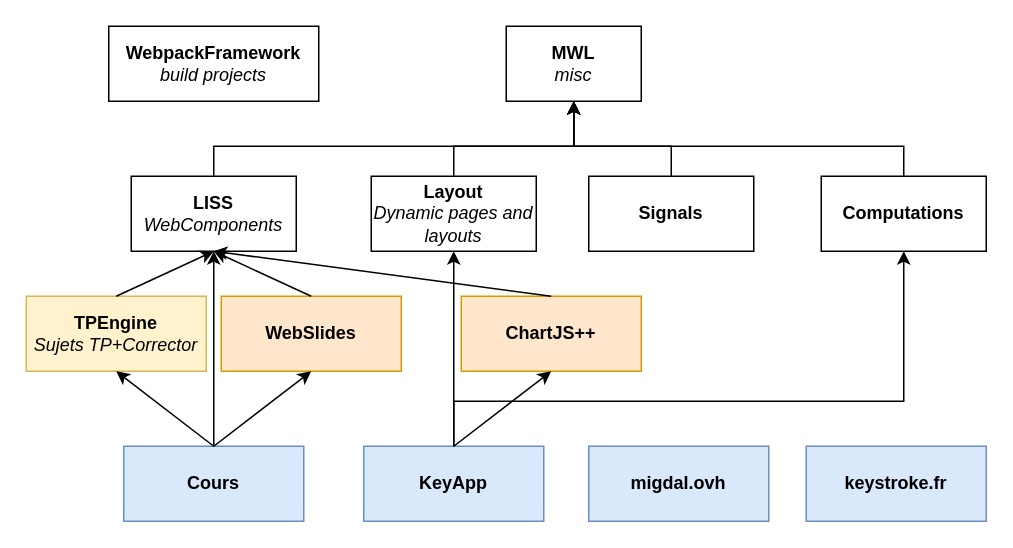
This is doc/deps.drawio from denis-migdal/MiscWebLib, a draw.io file, before an edit. Source tidied: cells renumbered, new cells numbered last; positions are measured from the earlier drawing's top-left corner, leaving out a move shared by most shapes. Both pictures are drawn from the tidied source at 150%, with x=0, y=0 at pixel (26, 26).
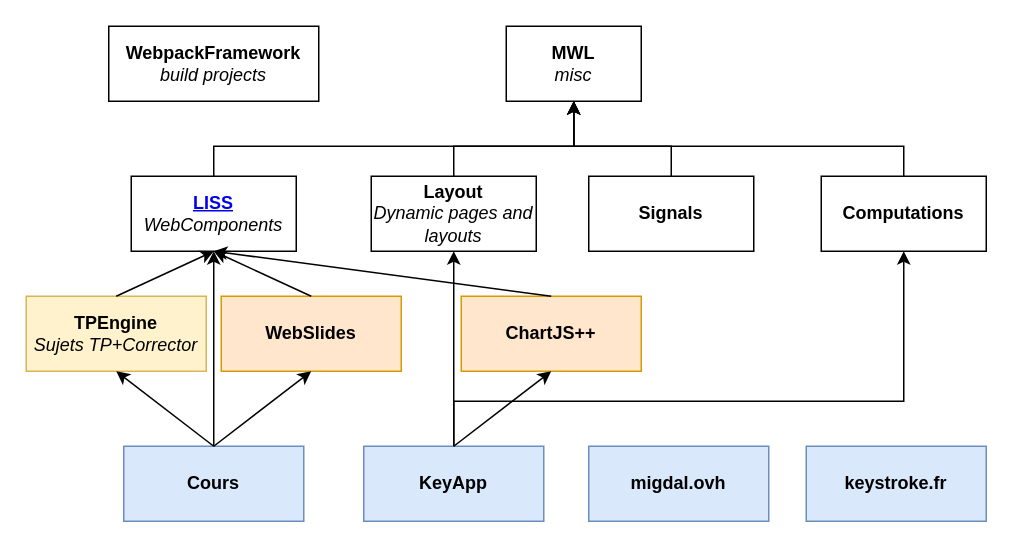
After the change.

Commit message (it also covers changes not shown here):
Try links in SVG

What changed in the source:
```diff
@@
-    <mxCell id="3" value="&lt;b&gt;LISS&lt;/b&gt;&lt;br&gt;&lt;i style=&quot;&quot;&gt;WebComponents&lt;/i&gt;" style="rounded=0;whiteSpace=wrap;html=1;" parent="1" vertex="1">
+    <mxCell id="3" value="&lt;b&gt;&lt;a href=&quot;https://github.com/denis-migdal/LISS&quot;&gt;LISS&lt;/a&gt;&lt;/b&gt;&lt;br&gt;&lt;i style=&quot;&quot;&gt;WebComponents&lt;/i&gt;" style="rounded=0;whiteSpace=wrap;html=1;" parent="1" vertex="1">
       <mxGeometry x="70" y="100" width="110" height="50" as="geometry" />
     </mxCell>
```
